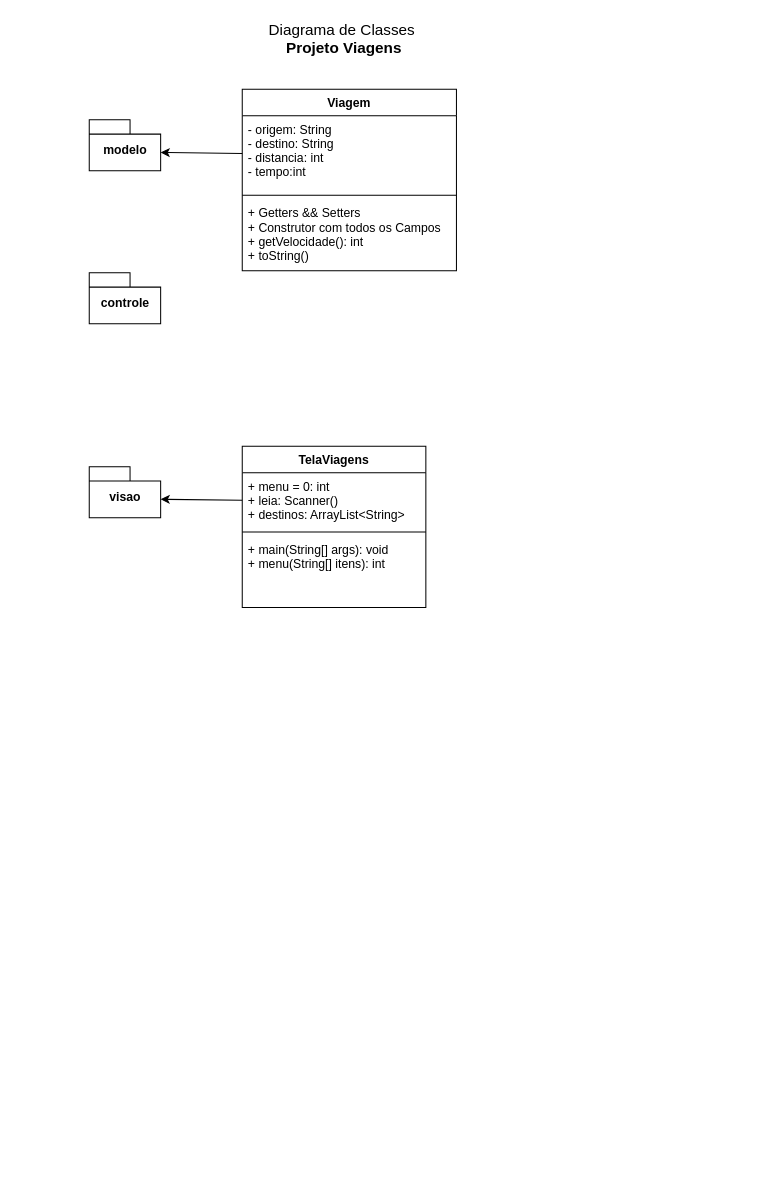
Before: 1des/fpoo/Aula/18/projetoViagens.drawio in wellifabio/senai2021, a draw.io diagram. Source tidied: cells renumbered, new cells numbered last; positions are measured from the earlier drawing's top-left corner, leaving out a move shared by most shapes. Both pictures are drawn from the tidied source at 102%, with x=0, y=0 at pixel (89, 17).
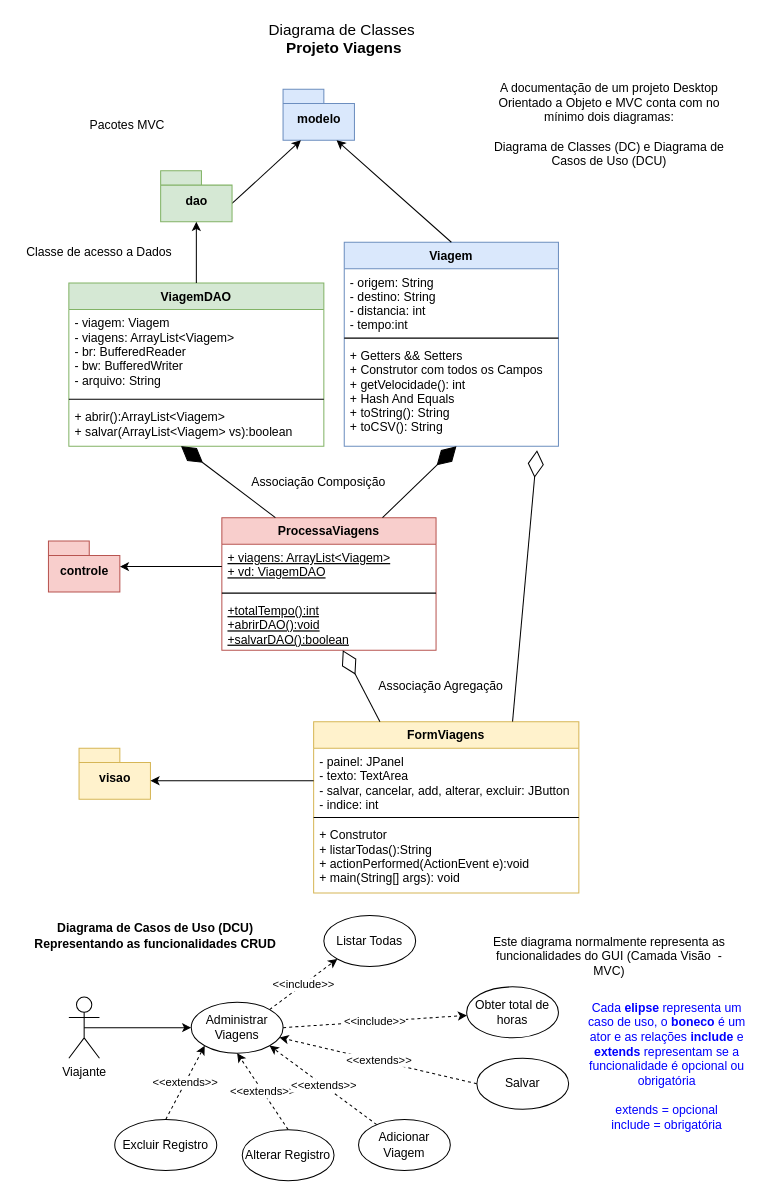
The same page after the edit.

The edit, as a diff of the source:
```diff
@@
-    <mxCell id="3" value="TelaViagens" style="swimlane;fontStyle=1;align=center;verticalAlign=top;horizontal=1;startSize=26;fontSize=12;" parent="1" vertex="1">
-      <mxGeometry x="150" y="420" width="180" height="158" as="geometry" />
+    <mxCell id="3" value="FormViagens" style="swimlane;fontStyle=1;align=center;verticalAlign=top;horizontal=1;startSize=26;fontSize=12;fillColor=#fff2cc;strokeColor=#d6b656;" parent="1" vertex="1">
+      <mxGeometry x="220" y="690" width="260" height="168" as="geometry" />
     </mxCell>
-    <mxCell id="4" value="+ menu = 0: int&#10;+ leia: Scanner()&#10;+ destinos: ArrayList&lt;String&gt;" style="text;strokeColor=none;fillColor=none;align=left;verticalAlign=top;spacingLeft=4;spacingRight=4;overflow=hidden;points=[[0,0.5],[1,0.5]];portConstraint=eastwest;" parent="3" vertex="1">
-      <mxGeometry y="26" width="180" height="54" as="geometry" />
+    <mxCell id="4" value="- painel: JPanel&#10;- texto: TextArea&#10;- salvar, cancelar, add, alterar, excluir: JButton&#10;- indice: int" style="text;strokeColor=none;fillColor=none;align=left;verticalAlign=top;spacingLeft=4;spacingRight=4;overflow=hidden;points=[[0,0.5],[1,0.5]];portConstraint=eastwest;" parent="3" vertex="1">
+      <mxGeometry y="26" width="260" height="64" as="geometry" />
     </mxCell>
     <mxCell id="5" style="line;strokeWidth=1;fillColor=none;align=left;verticalAlign=middle;spacingTop=-1;spacingLeft=3;spacingRight=3;labelPosition=right;" parent="3" vertex="1">
-      <mxGeometry y="80" width="180" height="8" as="geometry" />
+      <mxGeometry y="90" width="260" height="8" as="geometry" />
     </mxCell>
-    <mxCell id="6" value="+ main(String[] args): void&#10;+ menu(String[] itens): int" style="text;strokeColor=none;fillColor=none;align=left;verticalAlign=top;spacingLeft=4;spacingRight=4;overflow=hidden;" parent="3" vertex="1">
-      <mxGeometry y="88" width="180" height="70" as="geometry" />
+    <mxCell id="6" value="+ Construtor&#10;+ listarTodas():String&#10;+ actionPerformed(ActionEvent e):void&#10;+ main(String[] args): void" style="text;strokeColor=none;fillColor=none;align=left;verticalAlign=top;spacingLeft=4;spacingRight=4;overflow=hidden;" parent="3" vertex="1">
+      <mxGeometry y="98" width="260" height="70" as="geometry" />
     </mxCell>
-    <mxCell id="7" value="Viagem" style="swimlane;fontStyle=1;align=center;verticalAlign=top;horizontal=1;startSize=26;fontSize=12;" parent="1" vertex="1">
-      <mxGeometry x="150" y="70" width="210" height="178" as="geometry" />
+    <mxCell id="7" value="Viagem" style="swimlane;fontStyle=1;align=center;verticalAlign=top;horizontal=1;startSize=26;fontSize=12;fillColor=#dae8fc;strokeColor=#6c8ebf;" parent="1" vertex="1">
+      <mxGeometry x="250" y="220" width="210" height="200" as="geometry" />
     </mxCell>
     <mxCell id="8" value="- origem: String&#10;- destino: String&#10;- distancia: int&#10;- tempo:int&#10;" style="text;strokeColor=none;fillColor=none;align=left;verticalAlign=top;spacingLeft=4;spacingRight=4;overflow=hidden;points=[[0,0.5],[1,0.5]];portConstraint=eastwest;" parent="7" vertex="1">
-      <mxGeometry y="26" width="210" height="74" as="geometry" />
+      <mxGeometry y="26" width="210" height="64" as="geometry" />
     </mxCell>
     <mxCell id="9" style="line;strokeWidth=1;fillColor=none;align=left;verticalAlign=middle;spacingTop=-1;spacingLeft=3;spacingRight=3;labelPosition=right;" parent="7" vertex="1">
-      <mxGeometry y="100" width="210" height="8" as="geometry" />
+      <mxGeometry y="90" width="210" height="8" as="geometry" />
     </mxCell>
-    <mxCell id="10" value="+ Getters &amp;&amp; Setters&#10;+ Construtor com todos os Campos&#10;+ getVelocidade(): int&#10;+ toString()" style="text;strokeColor=none;fillColor=none;align=left;verticalAlign=top;spacingLeft=4;spacingRight=4;overflow=hidden;points=[[0,0.5],[1,0.5]];portConstraint=eastwest;" parent="7" vertex="1">
-      <mxGeometry y="108" width="210" height="70" as="geometry" />
+    <mxCell id="10" value="+ Getters &amp;&amp; Setters&#10;+ Construtor com todos os Campos&#10;+ getVelocidade(): int&#10;+ Hash And Equals&#10;+ toString(): String&#10;+ toCSV(): String&#10;" style="text;strokeColor=none;fillColor=none;align=left;verticalAlign=top;spacingLeft=4;spacingRight=4;overflow=hidden;points=[[0,0.5],[1,0.5]];portConstraint=eastwest;" parent="7" vertex="1">
+      <mxGeometry y="98" width="210" height="102" as="geometry" />
     </mxCell>
-    <mxCell id="11" value="modelo" style="shape=folder;fontStyle=1;spacingTop=10;tabWidth=40;tabHeight=14;tabPosition=left;html=1;" parent="1" vertex="1">
-      <mxGeometry y="100" width="70" height="50" as="geometry" />
+    <mxCell id="11" value="modelo" style="shape=folder;fontStyle=1;spacingTop=10;tabWidth=40;tabHeight=14;tabPosition=left;html=1;fillColor=#dae8fc;strokeColor=#6c8ebf;" parent="1" vertex="1">
+      <mxGeometry x="190" y="70" width="70" height="50" as="geometry" />
     </mxCell>
-    <mxCell id="12" value="visao" style="shape=folder;fontStyle=1;spacingTop=10;tabWidth=40;tabHeight=14;tabPosition=left;html=1;" parent="1" vertex="1">
-      <mxGeometry y="440" width="70" height="50" as="geometry" />
+    <mxCell id="12" value="visao" style="shape=folder;fontStyle=1;spacingTop=10;tabWidth=40;tabHeight=14;tabPosition=left;html=1;fillColor=#fff2cc;strokeColor=#d6b656;" parent="1" vertex="1">
+      <mxGeometry x="-10" y="716" width="70" height="50" as="geometry" />
     </mxCell>
-    <mxCell id="13" value="controle" style="shape=folder;fontStyle=1;spacingTop=10;tabWidth=40;tabHeight=14;tabPosition=left;html=1;" parent="1" vertex="1">
-      <mxGeometry y="250" width="70" height="50" as="geometry" />
+    <mxCell id="13" value="controle" style="shape=folder;fontStyle=1;spacingTop=10;tabWidth=40;tabHeight=14;tabPosition=left;html=1;fillColor=#f8cecc;strokeColor=#b85450;" parent="1" vertex="1">
+      <mxGeometry x="-40" y="513" width="70" height="50" as="geometry" />
     </mxCell>
@@
-    <mxCell id="15" style="rounded=0;jettySize=auto;html=1;exitX=0;exitY=0.5;exitDx=0;exitDy=0;entryX=0;entryY=0;entryDx=70;entryDy=32;entryPerimeter=0;" parent="1" edge="1" source="8" target="11">
+    <mxCell id="15" style="rounded=0;jettySize=auto;html=1;exitX=0.5;exitY=0;exitDx=0;exitDy=0;entryX=0.75;entryY=1;entryDx=0;entryDy=0;entryPerimeter=0;" parent="1" edge="1" source="7" target="11">
       <mxGeometry relative="1" as="geometry" />
     </mxCell>
+    <mxCell id="16" value="ViagemDAO" style="swimlane;fontStyle=1;align=center;verticalAlign=top;horizontal=1;startSize=26;fontSize=12;fillColor=#d5e8d4;strokeColor=#82b366;" parent="1" vertex="1">
+      <mxGeometry x="-20" y="260" width="250" height="160" as="geometry" />
+    </mxCell>
+    <mxCell id="17" value="- viagem: Viagem&#10;- viagens: ArrayList&lt;Viagem&gt;&#10;- br: BufferedReader&#10;- bw: BufferedWriter&#10;- arquivo: String" style="text;strokeColor=none;fillColor=none;align=left;verticalAlign=top;spacingLeft=4;spacingRight=4;overflow=hidden;" parent="16" vertex="1">
+      <mxGeometry y="26" width="250" height="84" as="geometry" />
+    </mxCell>
+    <mxCell id="18" style="line;strokeWidth=1;fillColor=none;align=left;verticalAlign=middle;spacingTop=-1;spacingLeft=3;spacingRight=3;labelPosition=right;" parent="16" vertex="1">
+      <mxGeometry y="110" width="250" height="8" as="geometry" />
+    </mxCell>
+    <mxCell id="19" value="+ abrir():ArrayList&lt;Viagem&gt;&#10;+ salvar(ArrayList&lt;Viagem&gt; vs):boolean" style="text;strokeColor=none;fillColor=none;align=left;verticalAlign=top;spacingLeft=4;spacingRight=4;overflow=hidden;" parent="16" vertex="1">
+      <mxGeometry y="118" width="250" height="42" as="geometry" />
+    </mxCell>
+    <mxCell id="20" style="rounded=0;jettySize=auto;html=1;entryX=0.25;entryY=1;entryDx=0;entryDy=0;entryPerimeter=0;exitX=0;exitY=0;exitDx=70;exitDy=32;exitPerimeter=0;" parent="1" edge="1" source="21" target="11">
+      <mxGeometry relative="1" as="geometry" />
+    </mxCell>
+    <mxCell id="21" value="dao" style="shape=folder;fontStyle=1;spacingTop=10;tabWidth=40;tabHeight=14;tabPosition=left;html=1;fillColor=#d5e8d4;strokeColor=#82b366;" parent="1" vertex="1">
+      <mxGeometry x="70" y="150" width="70" height="50" as="geometry" />
+    </mxCell>
+    <mxCell id="22" style="edgeStyle=none;rounded=0;jettySize=auto;html=1;exitX=0.5;exitY=0;exitDx=0;exitDy=0;entryX=0.5;entryY=1;entryDx=0;entryDy=0;entryPerimeter=0;" parent="1" edge="1" source="16" target="21">
+      <mxGeometry relative="1" as="geometry" />
+    </mxCell>
+    <mxCell id="23" value="ProcessaViagens" style="swimlane;fontStyle=1;align=center;verticalAlign=top;horizontal=1;startSize=26;fontSize=12;fillColor=#f8cecc;strokeColor=#b85450;" parent="1" vertex="1">
+      <mxGeometry x="130" y="490" width="210" height="130" as="geometry" />
+    </mxCell>
+    <mxCell id="24" value="+ viagens: ArrayList&lt;Viagem&gt;&#10;+ vd: ViagemDAO" style="text;strokeColor=none;fillColor=none;align=left;verticalAlign=top;spacingLeft=4;spacingRight=4;overflow=hidden;points=[[0,0.5],[1,0.5]];portConstraint=eastwest;fontStyle=4;" parent="23" vertex="1">
+      <mxGeometry y="26" width="210" height="44" as="geometry" />
+    </mxCell>
+    <mxCell id="25" style="line;strokeWidth=1;fillColor=none;align=left;verticalAlign=middle;spacingTop=-1;spacingLeft=3;spacingRight=3;labelPosition=right;" parent="23" vertex="1">
+      <mxGeometry y="70" width="210" height="8" as="geometry" />
+    </mxCell>
+    <mxCell id="26" value="+totalTempo():int&#10;+abrirDAO():void&#10;+salvarDAO():boolean" style="text;strokeColor=none;fillColor=none;align=left;verticalAlign=top;spacingLeft=4;spacingRight=4;overflow=hidden;points=[[0,0.5],[1,0.5]];portConstraint=eastwest;fontStyle=4;" parent="23" vertex="1">
+      <mxGeometry y="78" width="210" height="52" as="geometry" />
+    </mxCell>
+    <mxCell id="27" style="endArrow=diamondThin;endFill=1;endSize=24;html=1;exitX=0.25;exitY=0;exitDx=0;exitDy=0;" parent="1" edge="1" source="23">
+      <mxGeometry relative="1" as="geometry">
+        <mxPoint x="90" y="420" as="targetPoint" />
+      </mxGeometry>
+    </mxCell>
+    <mxCell id="28" style="endArrow=diamondThin;endFill=1;endSize=24;html=1;exitX=0.75;exitY=0;exitDx=0;exitDy=0;" parent="1" edge="1" source="23">
+      <mxGeometry relative="1" as="geometry">
+        <mxPoint x="360" y="420" as="targetPoint" />
+      </mxGeometry>
+    </mxCell>
+    <mxCell id="29" style="endArrow=diamondThin;endFill=0;endSize=24;html=1;entryX=0.9;entryY=1.039;entryDx=0;entryDy=0;entryPerimeter=0;exitX=0.75;exitY=0;exitDx=0;exitDy=0;" parent="1" edge="1" source="3" target="10">
+      <mxGeometry relative="1" as="geometry" />
+    </mxCell>
+    <mxCell id="30" style="endArrow=diamondThin;endFill=0;endSize=24;html=1;exitX=0.25;exitY=0;exitDx=0;exitDy=0;" parent="1" edge="1" source="3" target="26">
+      <mxGeometry relative="1" as="geometry" />
+    </mxCell>
+    <mxCell id="31" style="edgeStyle=none;rounded=0;jettySize=auto;html=1;exitX=0;exitY=0.5;exitDx=0;exitDy=0;" parent="1" edge="1" source="24" target="13">
+      <mxGeometry relative="1" as="geometry" />
+    </mxCell>
+    <mxCell id="32" value="A documentação de um projeto Desktop Orientado a Objeto e MVC conta com no mínimo dois diagramas:&lt;br&gt;&lt;br&gt;Diagrama de Classes (DC) e Diagrama de Casos de Uso (DCU)" style="text;html=1;strokeColor=none;fillColor=none;align=center;verticalAlign=middle;whiteSpace=wrap;rounded=0;" parent="1" vertex="1">
+      <mxGeometry x="390" y="40" width="240" height="130" as="geometry" />
+    </mxCell>
+    <mxCell id="33" value="Associação Composição" style="text;html=1;strokeColor=none;fillColor=none;align=center;verticalAlign=middle;whiteSpace=wrap;rounded=0;" parent="1" vertex="1">
+      <mxGeometry x="125" y="440" width="200" height="30" as="geometry" />
+    </mxCell>
+    <mxCell id="34" value="Associação Agregação" style="text;html=1;strokeColor=none;fillColor=none;align=center;verticalAlign=middle;whiteSpace=wrap;rounded=0;" parent="1" vertex="1">
+      <mxGeometry x="280" y="640" width="130" height="30" as="geometry" />
+    </mxCell>
+    <mxCell id="35" value="Pacotes MVC" style="text;html=1;strokeColor=none;fillColor=none;align=center;verticalAlign=middle;whiteSpace=wrap;rounded=0;" parent="1" vertex="1">
+      <mxGeometry x="-10" y="92.5" width="95" height="25" as="geometry" />
+    </mxCell>
+    <mxCell id="36" value="Classe de acesso a Dados" style="text;html=1;strokeColor=none;fillColor=none;align=center;verticalAlign=middle;whiteSpace=wrap;rounded=0;" parent="1" vertex="1">
+      <mxGeometry x="-70" y="220" width="160" height="20" as="geometry" />
+    </mxCell>
+    <mxCell id="37" value="Diagrama de Casos de Uso (DCU)&lt;br&gt;Representando as funcionalidades CRUD" style="text;html=1;strokeColor=none;fillColor=none;align=center;verticalAlign=middle;whiteSpace=wrap;rounded=0;fontStyle=1;" parent="1" vertex="1">
+      <mxGeometry x="-60" y="880" width="250" height="40" as="geometry" />
+    </mxCell>
+    <mxCell id="38" style="edgeStyle=none;rounded=0;jettySize=auto;html=1;exitX=0.5;exitY=0.5;exitDx=0;exitDy=0;exitPerimeter=0;" parent="1" edge="1" source="39" target="42">
+      <mxGeometry relative="1" as="geometry" />
+    </mxCell>
+    <mxCell id="39" value="Viajante" style="shape=umlActor;verticalLabelPosition=bottom;verticalAlign=top;html=1;outlineConnect=0;" parent="1" vertex="1">
+      <mxGeometry x="-20" y="960" width="30" height="60" as="geometry" />
+    </mxCell>
+    <mxCell id="40" value="&amp;lt;&amp;lt;include&amp;gt;&amp;gt;" style="edgeStyle=none;rounded=0;jettySize=auto;html=1;exitX=1;exitY=0;exitDx=0;exitDy=0;entryX=0;entryY=1;entryDx=0;entryDy=0;dashed=1;" parent="1" edge="1" source="42" target="43">
+      <mxGeometry relative="1" as="geometry" />
+    </mxCell>
+    <mxCell id="41" value="&amp;lt;&amp;lt;include&amp;gt;&amp;gt;" style="edgeStyle=none;rounded=0;jettySize=auto;html=1;exitX=1;exitY=0.5;exitDx=0;exitDy=0;dashed=1;" parent="1" edge="1" source="42" target="44">
+      <mxGeometry relative="1" as="geometry" />
+    </mxCell>
+    <mxCell id="42" value="Administrar Viagens" style="ellipse;whiteSpace=wrap;html=1;" parent="1" vertex="1">
+      <mxGeometry x="100" y="965" width="90" height="50" as="geometry" />
+    </mxCell>
+    <mxCell id="43" value="Listar Todas" style="ellipse;whiteSpace=wrap;html=1;" parent="1" vertex="1">
+      <mxGeometry x="230" y="880" width="90" height="50" as="geometry" />
+    </mxCell>
+    <mxCell id="44" value="Obter total de horas" style="ellipse;whiteSpace=wrap;html=1;" parent="1" vertex="1">
+      <mxGeometry x="370" y="950" width="90" height="50" as="geometry" />
+    </mxCell>
+    <mxCell id="45" value="&lt;span style=&quot;font-family: &amp;#34;helvetica&amp;#34;&quot;&gt;&amp;lt;&amp;lt;extends&amp;gt;&amp;gt;&lt;/span&gt;" style="edgeStyle=none;rounded=0;jettySize=auto;html=1;exitX=0.5;exitY=0;exitDx=0;exitDy=0;entryX=0.5;entryY=1;entryDx=0;entryDy=0;dashed=1;" parent="1" edge="1" source="46" target="42">
+      <mxGeometry relative="1" as="geometry" />
+    </mxCell>
+    <mxCell id="46" value="Alterar Registro" style="ellipse;whiteSpace=wrap;html=1;" parent="1" vertex="1">
+      <mxGeometry x="150" y="1090" width="90" height="50" as="geometry" />
+    </mxCell>
+    <mxCell id="47" value="&lt;span style=&quot;font-family: &amp;#34;helvetica&amp;#34;&quot;&gt;&amp;lt;&amp;lt;extends&amp;gt;&amp;gt;&lt;/span&gt;" style="edgeStyle=none;rounded=0;jettySize=auto;html=1;exitX=0.5;exitY=0;exitDx=0;exitDy=0;entryX=0;entryY=1;entryDx=0;entryDy=0;dashed=1;" parent="1" edge="1" source="48" target="42">
+      <mxGeometry relative="1" as="geometry" />
+    </mxCell>
+    <mxCell id="48" value="Excluir Registro" style="ellipse;whiteSpace=wrap;html=1;" parent="1" vertex="1">
+      <mxGeometry x="25" y="1080" width="100" height="50" as="geometry" />
+    </mxCell>
+    <mxCell id="49" value="&lt;span style=&quot;color: rgb(0 , 0 , 0) ; font-family: &amp;#34;helvetica&amp;#34; ; font-size: 11px ; font-style: normal ; font-weight: 400 ; letter-spacing: normal ; text-align: center ; text-indent: 0px ; text-transform: none ; word-spacing: 0px ; background-color: rgb(255 , 255 , 255) ; display: inline ; float: none&quot;&gt;&amp;lt;&amp;lt;extends&amp;gt;&amp;gt;&lt;/span&gt;" style="edgeStyle=none;rounded=0;jettySize=auto;html=1;entryX=1;entryY=1;entryDx=0;entryDy=0;dashed=1;" parent="1" edge="1" source="50" target="42">
+      <mxGeometry relative="1" as="geometry" />
+    </mxCell>
+    <mxCell id="50" value="Adicionar&lt;br&gt;Viagem" style="ellipse;whiteSpace=wrap;html=1;" parent="1" vertex="1">
+      <mxGeometry x="264" y="1080" width="90" height="50" as="geometry" />
+    </mxCell>
+    <mxCell id="51" value="&amp;lt;&amp;lt;extends&amp;gt;&amp;gt;" style="edgeStyle=none;rounded=0;jettySize=auto;html=1;exitX=0;exitY=0.5;exitDx=0;exitDy=0;dashed=1;" parent="1" edge="1" source="52" target="42">
+      <mxGeometry relative="1" as="geometry" />
+    </mxCell>
+    <mxCell id="52" value="Salvar" style="ellipse;whiteSpace=wrap;html=1;" parent="1" vertex="1">
+      <mxGeometry x="380" y="1020" width="90" height="50" as="geometry" />
+    </mxCell>
+    <mxCell id="53" value="Este diagrama normalmente representa as funcionalidades do GUI (Camada Visão&amp;nbsp; -MVC)" style="text;html=1;strokeColor=none;fillColor=none;align=center;verticalAlign=middle;whiteSpace=wrap;rounded=0;" parent="1" vertex="1">
+      <mxGeometry x="385" y="900" width="250" height="40" as="geometry" />
+    </mxCell>
+    <mxCell id="54" value="Cada &lt;b&gt;elipse &lt;/b&gt;representa um caso de uso, o &lt;b&gt;boneco &lt;/b&gt;é um ator e as relações &lt;b&gt;include &lt;/b&gt;e &lt;b&gt;extends &lt;/b&gt;representam se a funcionalidade é opcional ou obrigatória&lt;br&gt;&lt;br&gt;extends = opcional&lt;br&gt;include = obrigatória" style="text;html=1;strokeColor=none;fillColor=none;align=center;verticalAlign=middle;whiteSpace=wrap;rounded=0;fontColor=#0000FF;" parent="1" vertex="1">
+      <mxGeometry x="480" y="965" width="173" height="125" as="geometry" />
+    </mxCell>
```
